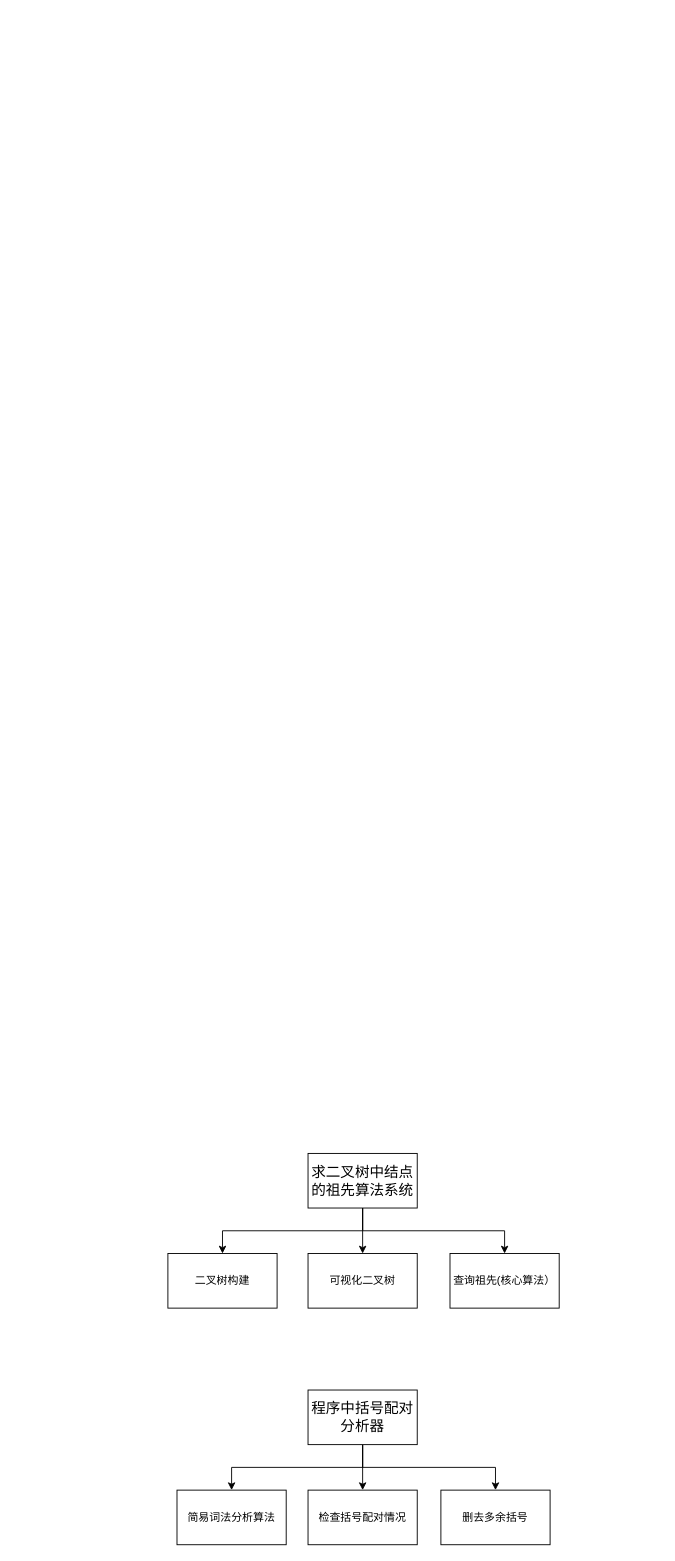
Before: 结构图.drawio in zjt0515/tree-node, a draw.io diagram. Source tidied: cells renumbered, new cells numbered last; positions are measured from the earlier drawing's top-left corner, leaving out a move shared by most shapes. Both pictures are drawn from the tidied source at 91%, with x=0, y=0 at pixel (167, 1153).
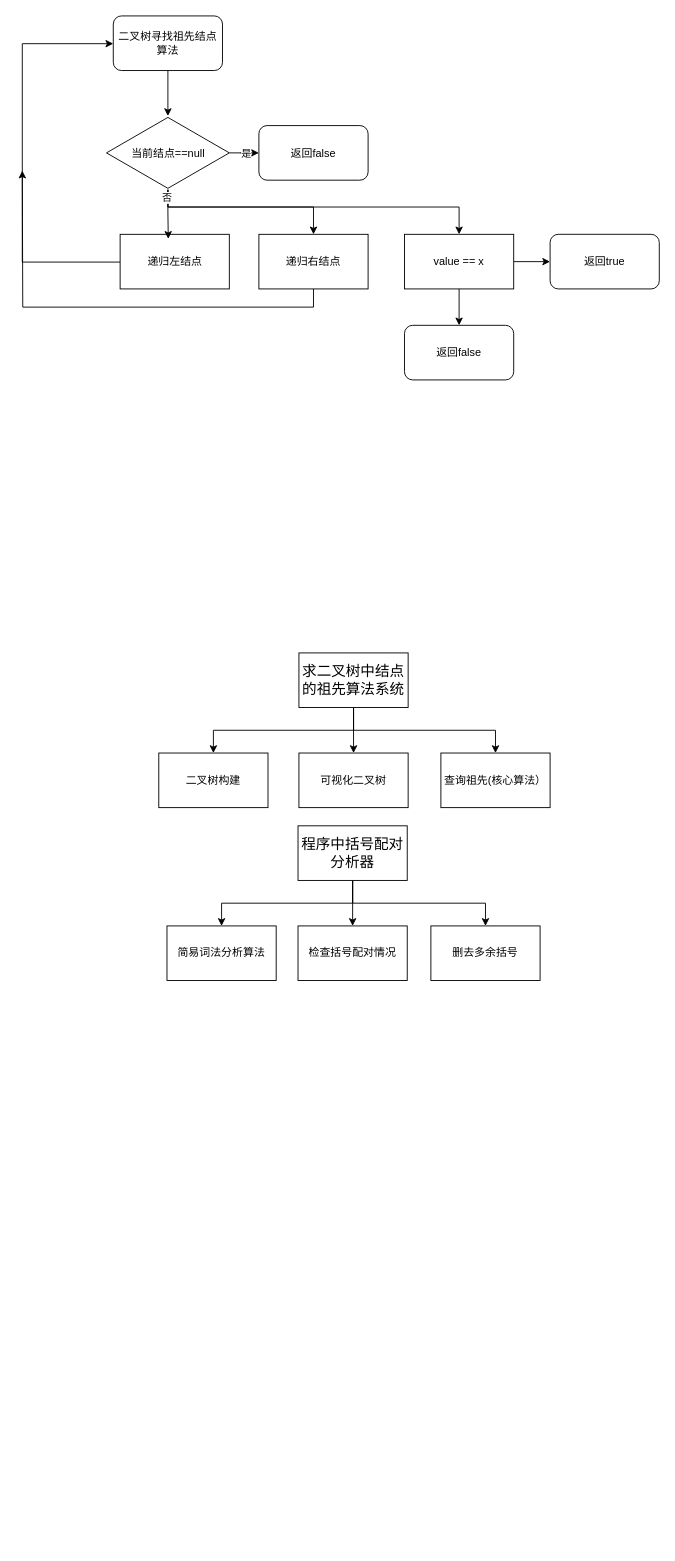
The same diagram, later.

Change to the diagram source:
```diff
@@
     <mxCell id="5" value="&lt;span style=&quot;font-size: 12pt;&quot;&gt;求二叉树中结点的祖先算法系统&lt;/span&gt;" style="rounded=0;whiteSpace=wrap;html=1;labelBackgroundColor=none;fontFamily=Helvetica;" parent="1" vertex="1">
-      <mxGeometry x="154" width="120" height="60" as="geometry" />
+      <mxGeometry x="144" y="-550" width="120" height="60" as="geometry" />
     </mxCell>
     <mxCell id="6" value="二叉树构建" style="rounded=0;whiteSpace=wrap;html=1;labelBackgroundColor=none;" parent="1" vertex="1">
-      <mxGeometry y="110" width="120" height="60" as="geometry" />
+      <mxGeometry x="-10" y="-440" width="120" height="60" as="geometry" />
     </mxCell>
     <mxCell id="7" value="查询祖先(核心算法）" style="rounded=0;whiteSpace=wrap;html=1;labelBackgroundColor=none;" parent="1" vertex="1">
-      <mxGeometry x="310" y="110" width="120" height="60" as="geometry" />
+      <mxGeometry x="300" y="-440" width="120" height="60" as="geometry" />
     </mxCell>
     <mxCell id="8" value="可视化二叉树" style="rounded=0;whiteSpace=wrap;html=1;labelBackgroundColor=none;" parent="1" vertex="1">
-      <mxGeometry x="154" y="110" width="120" height="60" as="geometry" />
+      <mxGeometry x="144" y="-440" width="120" height="60" as="geometry" />
     </mxCell>
@@
     <mxCell id="12" value="&lt;font style=&quot;font-size: 16px;&quot;&gt;程序中括号配对分析器&lt;/font&gt;" style="rounded=0;whiteSpace=wrap;html=1;" parent="1" vertex="1">
-      <mxGeometry x="154" y="260" width="120" height="60" as="geometry" />
+      <mxGeometry x="143" y="-360" width="120" height="60" as="geometry" />
     </mxCell>
     <mxCell id="13" value="简易词法分析算法" style="rounded=0;whiteSpace=wrap;html=1;" parent="1" vertex="1">
-      <mxGeometry x="10" y="370" width="120" height="60" as="geometry" />
+      <mxGeometry x="-1" y="-250" width="120" height="60" as="geometry" />
     </mxCell>
     <mxCell id="14" value="删去多余括号" style="rounded=0;whiteSpace=wrap;html=1;" parent="1" vertex="1">
-      <mxGeometry x="300" y="370" width="120" height="60" as="geometry" />
+      <mxGeometry x="289" y="-250" width="120" height="60" as="geometry" />
     </mxCell>
     <mxCell id="15" value="检查括号配对情况" style="rounded=0;whiteSpace=wrap;html=1;" parent="1" vertex="1">
-      <mxGeometry x="154" y="370" width="120" height="60" as="geometry" />
+      <mxGeometry x="143" y="-250" width="120" height="60" as="geometry" />
     </mxCell>
+    <mxCell id="16" value="二叉树寻找祖先结点算法" style="rounded=1;whiteSpace=wrap;html=1;" parent="1" vertex="1">
+      <mxGeometry x="-60" y="-1250" width="120" height="60" as="geometry" />
+    </mxCell>
+    <mxCell id="17" style="edgeStyle=orthogonalEdgeStyle;rounded=0;jettySize=auto;html=1;entryX=0;entryY=0.5;entryDx=0;entryDy=0;" parent="1" edge="1" source="21" target="22">
+      <mxGeometry relative="1" as="geometry" />
+    </mxCell>
+    <mxCell id="18" value="是" style="edgeLabel;html=1;align=center;verticalAlign=middle;" parent="17" vertex="1">
+      <mxGeometry x="0.38" y="-1" relative="1" as="geometry" />
+    </mxCell>
+    <mxCell id="19" style="edgeStyle=orthogonalEdgeStyle;rounded=0;jettySize=auto;html=1;" parent="1" edge="1" source="21" target="27">
+      <mxGeometry relative="1" as="geometry">
+        <Array as="points">
+          <mxPoint y="-1040" />
+          <mxPoint x="160" y="-1040" />
+        </Array>
+      </mxGeometry>
+    </mxCell>
+    <mxCell id="20" style="edgeStyle=orthogonalEdgeStyle;rounded=0;jettySize=auto;html=1;" parent="1" edge="1" source="21" target="30">
+      <mxGeometry relative="1" as="geometry">
+        <Array as="points">
+          <mxPoint y="-1040" />
+          <mxPoint x="320" y="-1040" />
+        </Array>
+      </mxGeometry>
+    </mxCell>
+    <mxCell id="21" value="当前结点==null" style="html=1;whiteSpace=wrap;shape=isoRectangle;" parent="1" vertex="1">
+      <mxGeometry x="-67.5" y="-1140" width="135" height="81" as="geometry" />
+    </mxCell>
+    <mxCell id="22" value="返回false" style="rounded=1;whiteSpace=wrap;html=1;" parent="1" vertex="1">
+      <mxGeometry x="100" y="-1129.5" width="120" height="60" as="geometry" />
+    </mxCell>
+    <mxCell id="23" style="edgeStyle=orthogonalEdgeStyle;rounded=0;jettySize=auto;html=1;exitX=0.5;exitY=1;exitDx=0;exitDy=0;entryX=0.5;entryY=0;entryDx=0;entryDy=0;entryPerimeter=0;" parent="1" edge="1" source="16" target="21">
+      <mxGeometry relative="1" as="geometry" />
+    </mxCell>
+    <mxCell id="24" style="edgeStyle=orthogonalEdgeStyle;rounded=0;orthogonalLoop=1;jettySize=auto;html=1;entryX=0;entryY=0.5;entryDx=0;entryDy=0;" parent="1" edge="1">
+      <mxGeometry relative="1" as="geometry">
+        <mxPoint x="-52.5" y="-979.5" as="sourcePoint" />
+        <mxPoint x="-60" y="-1219.5" as="targetPoint" />
+        <Array as="points">
+          <mxPoint x="-160" y="-979" />
+          <mxPoint x="-160" y="-1219" />
+        </Array>
+      </mxGeometry>
+    </mxCell>
+    <mxCell id="25" value="递归左结点" style="rounded=0;whiteSpace=wrap;html=1;" parent="1" vertex="1">
+      <mxGeometry x="-52.5" y="-1010" width="120" height="60" as="geometry" />
+    </mxCell>
+    <mxCell id="26" style="edgeStyle=orthogonalEdgeStyle;rounded=0;jettySize=auto;html=1;exitX=0.5;exitY=1;exitDx=0;exitDy=0;" parent="1" edge="1" source="27">
+      <mxGeometry relative="1" as="geometry">
+        <mxPoint x="-160" y="-1080" as="targetPoint" />
+      </mxGeometry>
+    </mxCell>
+    <mxCell id="27" value="递归右结点" style="rounded=0;whiteSpace=wrap;html=1;" parent="1" vertex="1">
+      <mxGeometry x="100" y="-1010" width="120" height="60" as="geometry" />
+    </mxCell>
+    <mxCell id="28" style="edgeStyle=orthogonalEdgeStyle;rounded=0;jettySize=auto;html=1;entryX=0.5;entryY=0;entryDx=0;entryDy=0;" parent="1" edge="1" source="30" target="31">
+      <mxGeometry relative="1" as="geometry" />
+    </mxCell>
+    <mxCell id="29" style="edgeStyle=orthogonalEdgeStyle;rounded=0;jettySize=auto;html=1;entryX=0;entryY=0.5;entryDx=0;entryDy=0;" parent="1" edge="1" source="30" target="34">
+      <mxGeometry relative="1" as="geometry" />
+    </mxCell>
+    <mxCell id="30" value="value == x" style="rounded=0;whiteSpace=wrap;html=1;" parent="1" vertex="1">
+      <mxGeometry x="260" y="-1010" width="120" height="60" as="geometry" />
+    </mxCell>
+    <mxCell id="31" value="返回false" style="rounded=1;whiteSpace=wrap;html=1;" parent="1" vertex="1">
+      <mxGeometry x="260" y="-910" width="120" height="60" as="geometry" />
+    </mxCell>
+    <mxCell id="32" style="edgeStyle=orthogonalEdgeStyle;rounded=0;jettySize=auto;html=1;entryX=0.441;entryY=0.083;entryDx=0;entryDy=0;entryPerimeter=0;" parent="1" edge="1" source="21" target="25">
+      <mxGeometry relative="1" as="geometry" />
+    </mxCell>
+    <mxCell id="33" value="否" style="edgeLabel;html=1;align=center;verticalAlign=middle;" parent="32" vertex="1">
+      <mxGeometry x="-0.68" y="-2" relative="1" as="geometry">
+        <mxPoint y="-1" as="offset" />
+      </mxGeometry>
+    </mxCell>
+    <mxCell id="34" value="返回true" style="rounded=1;whiteSpace=wrap;html=1;" parent="1" vertex="1">
+      <mxGeometry x="420" y="-1010" width="120" height="60" as="geometry" />
+    </mxCell>
```
